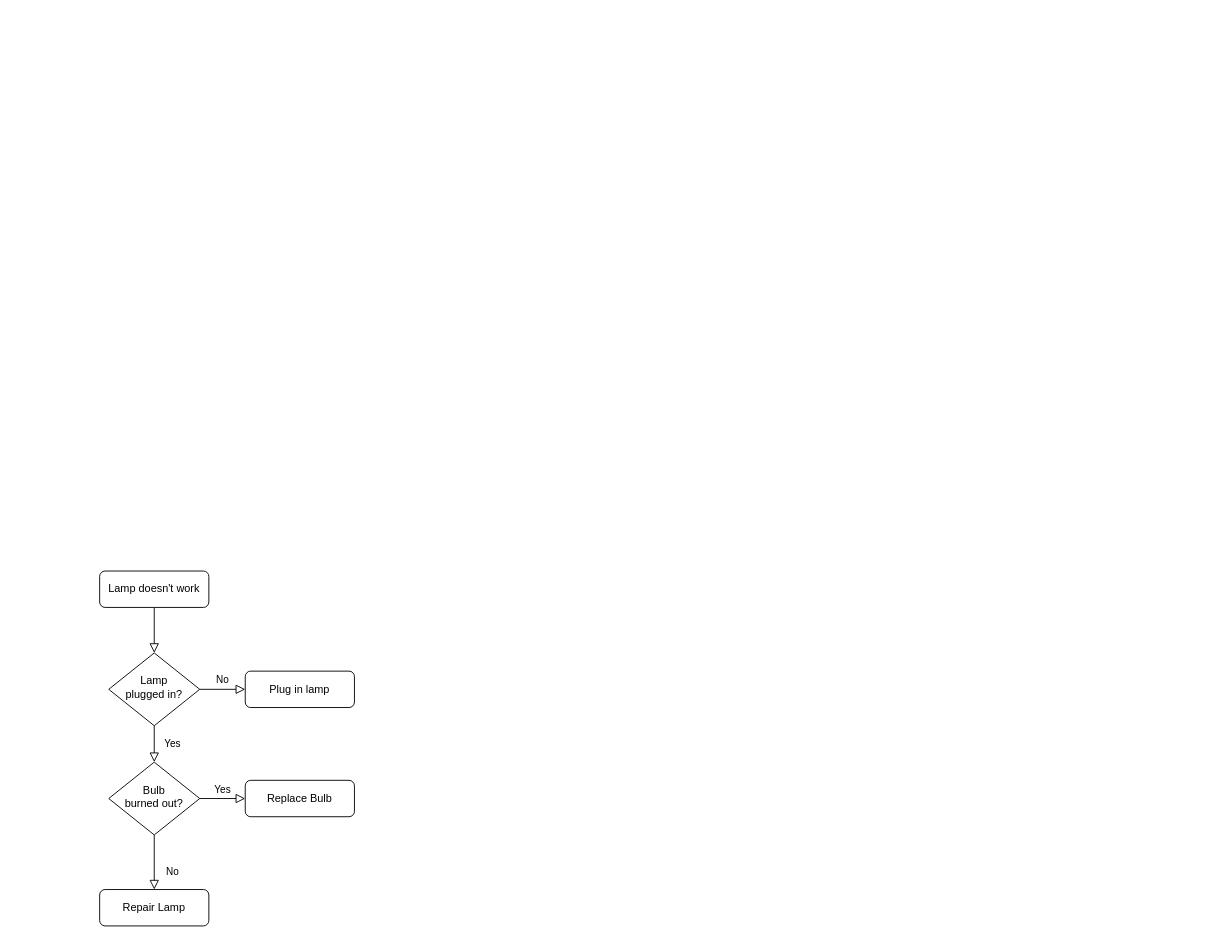
martin563/blinky_pont_gdb_online keeps this draw.io diagram as Proyecto_tablets.drawio. Above is the earlier version. Source tidied: cells renumbered, new cells numbered last; positions are measured from the earlier drawing's top-left corner, leaving out a move shared by most shapes. Both pictures are drawn from the tidied source at 91%, with x=0, y=0 at pixel (99, 571).
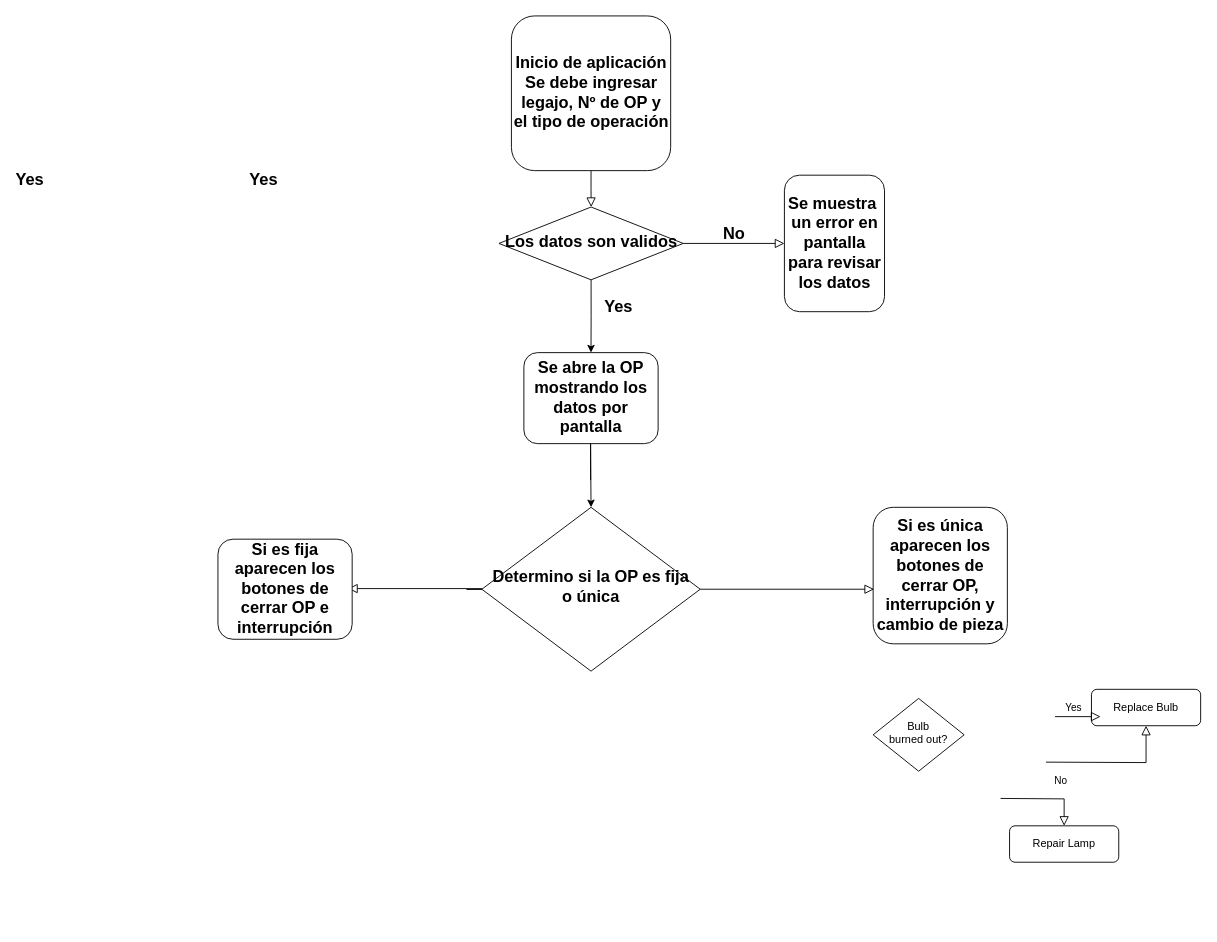
Above is the later version.

What changed in the source:
```diff
@@
-    <mxCell id="3" value="Lamp doesn't work" style="rounded=1;whiteSpace=wrap;html=1;fontSize=12;glass=0;strokeWidth=1;shadow=0;" parent="1" vertex="1">
-      <mxGeometry width="120" height="40" as="geometry" />
+    <mxCell id="3" value="Inicio de aplicación&lt;br style=&quot;font-size: 18px;&quot;&gt;Se debe ingresar legajo, Nº de OP y el tipo de operación" style="rounded=1;whiteSpace=wrap;html=1;fontSize=18;glass=0;strokeWidth=1;shadow=0;fontStyle=1;" parent="1" vertex="1">
+      <mxGeometry x="452.5" y="-610" width="175" height="170" as="geometry" />
     </mxCell>
-    <mxCell id="4" value="Yes" style="rounded=0;html=1;jettySize=auto;fontSize=11;endArrow=block;endFill=0;endSize=8;strokeWidth=1;shadow=0;labelBackgroundColor=none;edgeStyle=orthogonalEdgeStyle;" parent="1" edge="1" source="6" target="10">
-      <mxGeometry y="20" relative="1" as="geometry" />
-    </mxCell>
-    <mxCell id="5" value="No" style="edgeStyle=orthogonalEdgeStyle;rounded=0;html=1;jettySize=auto;fontSize=11;endArrow=block;endFill=0;endSize=8;strokeWidth=1;shadow=0;labelBackgroundColor=none;" parent="1" edge="1" source="6" target="7">
+    <mxCell id="5" value="No" style="edgeStyle=orthogonalEdgeStyle;rounded=0;html=1;jettySize=auto;fontSize=18;endArrow=block;endFill=0;endSize=8;strokeWidth=1;shadow=0;labelBackgroundColor=none;fontStyle=1;" parent="1" edge="1" source="6" target="7">
       <mxGeometry y="10" relative="1" as="geometry" />
     </mxCell>
+    <mxCell id="13" style="edgeStyle=orthogonalEdgeStyle;rounded=0;jettySize=auto;html=1;exitX=0.5;exitY=1;exitDx=0;exitDy=0;entryX=0.5;entryY=0;entryDx=0;entryDy=0;" parent="1" edge="1" source="6" target="14">
+      <mxGeometry relative="1" as="geometry" />
+    </mxCell>
-    <mxCell id="6" value="Lamp&lt;br&gt;plugged in?" style="rhombus;whiteSpace=wrap;html=1;shadow=0;fontFamily=Helvetica;fontSize=12;align=center;strokeWidth=1;spacing=6;spacingTop=-4;" parent="1" vertex="1">
-      <mxGeometry x="10" y="90" width="100" height="80" as="geometry" />
+    <mxCell id="6" value="Los datos son validos" style="rhombus;whiteSpace=wrap;html=1;shadow=0;fontFamily=Helvetica;fontSize=18;align=center;strokeWidth=1;spacing=6;spacingTop=-4;fontStyle=1;" parent="1" vertex="1">
+      <mxGeometry x="438.8" y="-400" width="202.5" height="80" as="geometry" />
     </mxCell>
-    <mxCell id="7" value="Plug in lamp" style="rounded=1;whiteSpace=wrap;html=1;fontSize=12;glass=0;strokeWidth=1;shadow=0;" parent="1" vertex="1">
-      <mxGeometry x="160" y="110" width="120" height="40" as="geometry" />
+    <mxCell id="7" value="Se muestra&amp;nbsp; un error en pantalla para revisar los datos" style="rounded=1;whiteSpace=wrap;html=1;fontSize=18;glass=0;strokeWidth=1;shadow=0;fontStyle=1;" parent="1" vertex="1">
+      <mxGeometry x="752.5" y="-435" width="110" height="150" as="geometry" />
     </mxCell>
-    <mxCell id="8" value="No" style="rounded=0;html=1;jettySize=auto;fontSize=11;endArrow=block;endFill=0;endSize=8;strokeWidth=1;shadow=0;labelBackgroundColor=none;edgeStyle=orthogonalEdgeStyle;" parent="1" edge="1" source="10" target="11">
-      <mxGeometry x="0.33" y="20" relative="1" as="geometry" />
+    <mxCell id="8" value="No" style="rounded=0;html=1;jettySize=auto;fontSize=11;endArrow=block;endFill=0;endSize=8;strokeWidth=1;shadow=0;labelBackgroundColor=none;edgeStyle=orthogonalEdgeStyle;" parent="1" edge="1" target="11">
+      <mxGeometry x="0.33" y="20" relative="1" as="geometry">
+        <mxPoint x="990" y="249.9" as="sourcePoint" />
+      </mxGeometry>
     </mxCell>
-    <mxCell id="9" value="Yes" style="edgeStyle=orthogonalEdgeStyle;rounded=0;html=1;jettySize=auto;fontSize=11;endArrow=block;endFill=0;endSize=8;strokeWidth=1;shadow=0;labelBackgroundColor=none;" parent="1" edge="1" source="10" target="12">
-      <mxGeometry y="10" relative="1" as="geometry" />
+    <mxCell id="9" value="Yes" style="edgeStyle=orthogonalEdgeStyle;rounded=0;html=1;jettySize=auto;fontSize=11;endArrow=block;endFill=0;endSize=8;strokeWidth=1;shadow=0;labelBackgroundColor=none;" parent="1" edge="1" target="12">
+      <mxGeometry x="-0.6" y="60" relative="1" as="geometry">
+        <mxPoint x="1039.9" y="210" as="sourcePoint" />
+      </mxGeometry>
     </mxCell>
     <mxCell id="10" value="Bulb&lt;br&gt;burned out?" style="rhombus;whiteSpace=wrap;html=1;shadow=0;fontFamily=Helvetica;fontSize=12;align=center;strokeWidth=1;spacing=6;spacingTop=-4;" parent="1" vertex="1">
-      <mxGeometry x="10" y="210" width="100" height="80" as="geometry" />
+      <mxGeometry x="850" y="140" width="100" height="80" as="geometry" />
     </mxCell>
     <mxCell id="11" value="Repair Lamp" style="rounded=1;whiteSpace=wrap;html=1;fontSize=12;glass=0;strokeWidth=1;shadow=0;" parent="1" vertex="1">
-      <mxGeometry y="350" width="120" height="40" as="geometry" />
+      <mxGeometry x="999.9" y="280" width="120" height="40" as="geometry" />
     </mxCell>
     <mxCell id="12" value="Replace Bulb" style="rounded=1;whiteSpace=wrap;html=1;fontSize=12;glass=0;strokeWidth=1;shadow=0;" parent="1" vertex="1">
-      <mxGeometry x="160" y="230" width="120" height="40" as="geometry" />
+      <mxGeometry x="1089.9" y="130" width="120" height="40" as="geometry" />
     </mxCell>
+    <mxCell id="14" value="Se abre la OP mostrando los datos por pantalla" style="rounded=1;whiteSpace=wrap;html=1;fontSize=18;glass=0;strokeWidth=1;shadow=0;fontStyle=1;" parent="1" vertex="1">
+      <mxGeometry x="466.2" y="-240" width="147.5" height="100" as="geometry" />
+    </mxCell>
+    <mxCell id="15" value="Yes" style="edgeStyle=orthogonalEdgeStyle;rounded=0;html=1;jettySize=auto;orthogonalLoop=1;fontSize=18;endArrow=block;endFill=0;endSize=8;strokeWidth=1;shadow=0;labelBackgroundColor=none;fontStyle=1;" parent="1" edge="1">
+      <mxGeometry x="-1" y="658" relative="1" as="geometry">
+        <mxPoint x="1049.9" y="160" as="sourcePoint" />
+        <mxPoint x="1099.9" y="160" as="targetPoint" />
+        <mxPoint x="-480" y="208" as="offset" />
+      </mxGeometry>
+    </mxCell>
+    <mxCell id="16" style="edgeStyle=orthogonalEdgeStyle;rounded=0;orthogonalLoop=1;jettySize=auto;html=1;exitX=0.5;exitY=1;exitDx=0;exitDy=0;" parent="1" edge="1">
+      <mxGeometry relative="1" as="geometry">
+        <mxPoint x="539.5" y="-100" as="sourcePoint" />
+        <mxPoint x="540" y="-70" as="targetPoint" />
+        <Array as="points">
+          <mxPoint x="539.5" y="-140" />
+          <mxPoint x="539.5" y="-140" />
+        </Array>
+      </mxGeometry>
+    </mxCell>
+    <mxCell id="17" value="Determino si la OP es fija o única" style="rhombus;whiteSpace=wrap;html=1;shadow=0;fontFamily=Helvetica;fontSize=18;align=center;strokeWidth=1;spacing=6;spacingTop=-4;fontStyle=1;" parent="1" vertex="1">
+      <mxGeometry x="420" y="-70" width="240" height="180" as="geometry" />
+    </mxCell>
+    <mxCell id="18" value="Si es única aparecen los botones de cerrar OP, interrupción y cambio de pieza" style="rounded=1;whiteSpace=wrap;html=1;fontSize=18;glass=0;strokeWidth=1;shadow=0;fontStyle=1;" parent="1" vertex="1">
+      <mxGeometry x="850" y="-70" width="147.5" height="150" as="geometry" />
+    </mxCell>
+    <mxCell id="19" value="Yes" style="edgeStyle=orthogonalEdgeStyle;rounded=0;html=1;jettySize=auto;orthogonalLoop=1;fontSize=18;endArrow=block;endFill=0;endSize=8;strokeWidth=1;shadow=0;labelBackgroundColor=none;fontStyle=1;exitX=1;exitY=0.5;exitDx=0;exitDy=0;" parent="1" edge="1">
+      <mxGeometry x="-1" y="658" relative="1" as="geometry">
+        <mxPoint x="403" y="20.3" as="sourcePoint" />
+        <mxPoint x="273" y="19.3" as="targetPoint" />
+        <Array as="points">
+          <mxPoint x="420" y="20.3" />
+        </Array>
+        <mxPoint x="-480" y="208" as="offset" />
+      </mxGeometry>
+    </mxCell>
+    <mxCell id="20" value="Si es fija aparecen los botones de cerrar OP e interrupción" style="rounded=1;whiteSpace=wrap;html=1;fontSize=18;glass=0;strokeWidth=1;shadow=0;fontStyle=1;" parent="1" vertex="1">
+      <mxGeometry x="130" y="-35" width="147.5" height="110" as="geometry" />
+    </mxCell>
+    <mxCell id="21" value="Yes" style="edgeStyle=orthogonalEdgeStyle;rounded=0;html=1;jettySize=auto;fontSize=18;endArrow=block;endFill=0;endSize=8;strokeWidth=1;shadow=0;labelBackgroundColor=none;fontStyle=1;exitX=1;exitY=0.5;exitDx=0;exitDy=0;entryX=0.007;entryY=0.6;entryDx=0;entryDy=0;entryPerimeter=0;" parent="1" edge="1" source="17" target="18">
+      <mxGeometry x="-1" y="658" relative="1" as="geometry">
+        <mxPoint x="-480" y="208" as="offset" />
+      </mxGeometry>
+    </mxCell>
```
